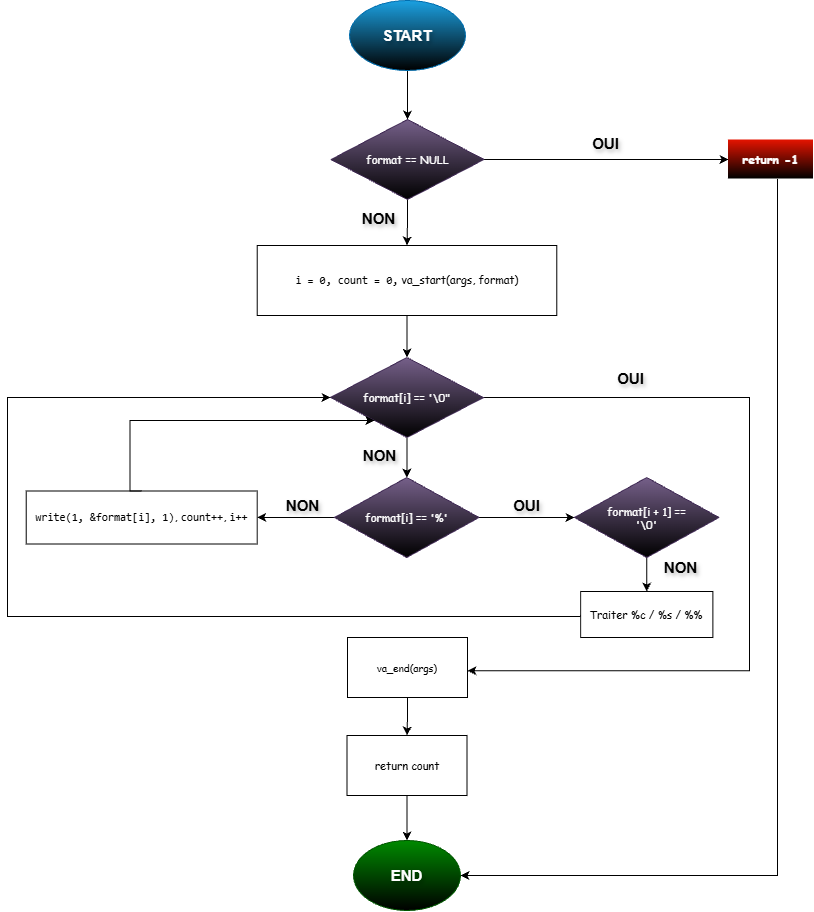
Earlier version of the draw.io export 1st_Flowcharts.drawio.png (AdPatresSs/holbertonschool-printf). Source tidied: cells renumbered, new cells last; positions are measured from the earlier drawing's top-left corner, leaving out a move shared by most shapes.
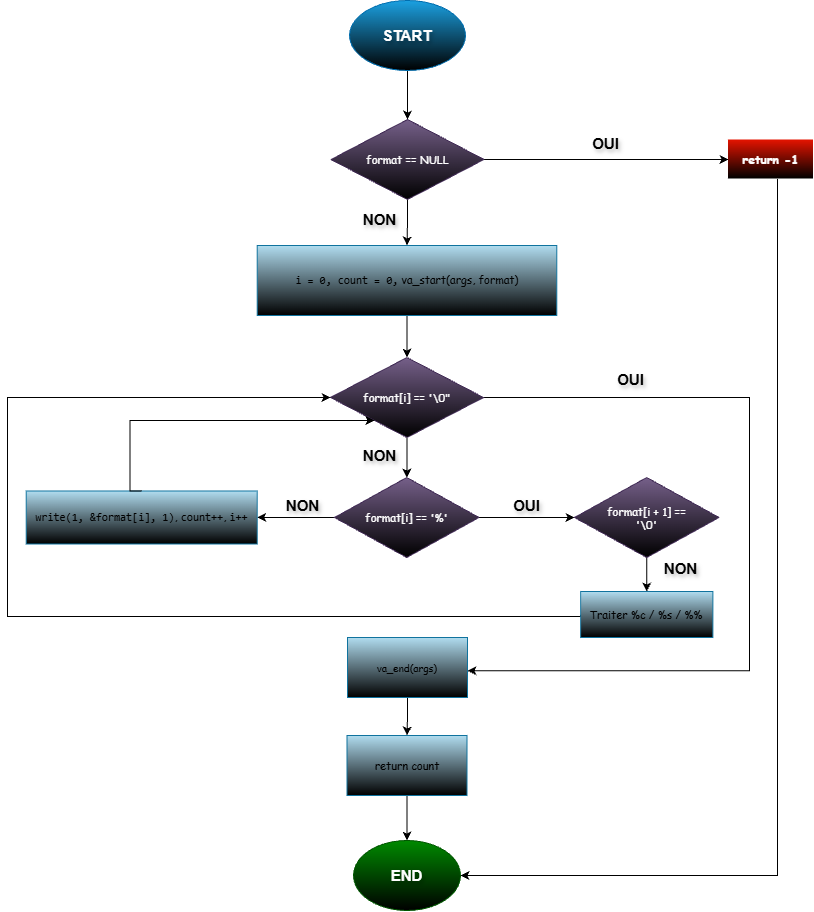
Above is the later version.

The edit, as a diff of the source:
```diff
@@ -43,7 +43,7 @@
     <mxCell id="12" style="edgeStyle=orthogonalEdgeStyle;rounded=0;jettySize=auto;html=1;defaultLabelBackgroundColor=page;labelPadding=0 4;fontSize=15;" parent="1" edge="1" source="13" target="24">
       <mxGeometry relative="1" as="geometry" />
     </mxCell>
-    <mxCell id="13" value="&lt;font&gt;&lt;code&gt;i = 0, count = 0,&lt;/code&gt;&amp;nbsp;&lt;/font&gt;&lt;span style=&quot;background-color: transparent; color: light-dark(#000000, var(--ge-light-color, #ffffff));&quot;&gt;va_start(args, format)&lt;/span&gt;" style="whiteSpace=wrap;html=1;fontSize=11;fontFamily=Comic Sans MS;" parent="1" vertex="1">
+    <mxCell id="13" value="&lt;font&gt;&lt;code&gt;i = 0, count = 0,&lt;/code&gt;&amp;nbsp;&lt;/font&gt;&lt;span style=&quot;background-color: transparent; color: light-dark(#000000, var(--ge-light-color, #ffffff));&quot;&gt;va_start(args, format)&lt;/span&gt;" style="whiteSpace=wrap;html=1;fontSize=11;fontFamily=Comic Sans MS;fillColor=light-dark(#B1DDF0,#1D184D);strokeColor=#10739e;gradientColor=light-dark(#000000,#66FFFF);" parent="1" vertex="1">
       <mxGeometry x="249.7" y="245" width="299.6" height="70" as="geometry" />
     </mxCell>
     <mxCell id="14" style="edgeStyle=orthogonalEdgeStyle;rounded=0;jettySize=auto;html=1;defaultLabelBackgroundColor=page;labelPadding=0 4;" parent="1" edge="1" source="16" target="29">
@@ -97,16 +97,16 @@
     <mxCell id="25" style="edgeStyle=orthogonalEdgeStyle;rounded=0;jettySize=auto;html=1;defaultLabelBackgroundColor=page;labelPadding=0 4;fontSize=15;" parent="1" edge="1" source="26" target="28">
       <mxGeometry relative="1" as="geometry" />
     </mxCell>
-    <mxCell id="26" value="&lt;font size=&quot;1&quot;&gt;va_end(args)&lt;/font&gt;" style="rounded=0;whiteSpace=wrap;html=1;fontSize=11;fontFamily=Comic Sans MS;" parent="1" vertex="1">
+    <mxCell id="26" value="&lt;font size=&quot;1&quot;&gt;va_end(args)&lt;/font&gt;" style="rounded=0;whiteSpace=wrap;html=1;fontSize=11;fontFamily=Comic Sans MS;fillColor=light-dark(#B1DDF0,#1D184D);strokeColor=#10739e;gradientColor=light-dark(#000000,#66FFFF);" parent="1" vertex="1">
       <mxGeometry x="340" y="637" width="120" height="60" as="geometry" />
     </mxCell>
     <mxCell id="27" style="edgeStyle=orthogonalEdgeStyle;rounded=0;jettySize=auto;html=1;defaultLabelBackgroundColor=page;labelPadding=0 4;fontSize=15;" parent="1" edge="1" source="28" target="11">
       <mxGeometry relative="1" as="geometry" />
     </mxCell>
-    <mxCell id="28" value="return count" style="rounded=0;whiteSpace=wrap;html=1;fontSize=11;fontFamily=Comic Sans MS;" parent="1" vertex="1">
+    <mxCell id="28" value="return count" style="rounded=0;whiteSpace=wrap;html=1;fontSize=11;fontFamily=Comic Sans MS;fillColor=light-dark(#B1DDF0,#1D184D);strokeColor=#10739e;gradientColor=light-dark(#000000,#66FFFF);" parent="1" vertex="1">
       <mxGeometry x="339.5" y="735" width="120" height="60" as="geometry" />
     </mxCell>
-    <mxCell id="29" value="&lt;font&gt;&lt;code style=&quot;&quot;&gt;write(1, &amp;amp;format[i], 1)&lt;/code&gt;, &lt;code style=&quot;&quot;&gt;count++&lt;/code&gt;, &lt;code style=&quot;&quot;&gt;i++&lt;/code&gt;&lt;/font&gt;" style="rounded=0;whiteSpace=wrap;html=1;fontSize=11;fontFamily=Comic Sans MS;" parent="1" vertex="1">
+    <mxCell id="29" value="&lt;font&gt;&lt;code style=&quot;&quot;&gt;write(1, &amp;amp;format[i], 1)&lt;/code&gt;, &lt;code style=&quot;&quot;&gt;count++&lt;/code&gt;, &lt;code style=&quot;&quot;&gt;i++&lt;/code&gt;&lt;/font&gt;" style="rounded=0;whiteSpace=wrap;html=1;fontSize=11;fontFamily=Comic Sans MS;fillColor=light-dark(#B1DDF0,#1D184D);strokeColor=#10739e;gradientColor=light-dark(#000000,#66FFFF);" parent="1" vertex="1">
       <mxGeometry x="18.7" y="490.5" width="231" height="53" as="geometry" />
     </mxCell>
     <mxCell id="30" style="edgeStyle=orthogonalEdgeStyle;rounded=0;jettySize=auto;html=1;exitX=0.5;exitY=0;exitDx=0;exitDy=0;defaultLabelBackgroundColor=page;labelPadding=0 4;" parent="1" edge="1" source="29" target="24">
@@ -131,7 +131,7 @@
         </Array>
       </mxGeometry>
     </mxCell>
-    <mxCell id="34" value="Traiter %c / %s / %%" style="whiteSpace=wrap;html=1;fontSize=11;fontFamily=Comic Sans MS;" parent="1" vertex="1">
+    <mxCell id="34" value="Traiter %c / %s / %%" style="whiteSpace=wrap;html=1;fontSize=11;fontFamily=Comic Sans MS;fillColor=light-dark(#B1DDF0,#1D184D);strokeColor=#10739e;gradientColor=light-dark(#000000,#66FFFF);" parent="1" vertex="1">
       <mxGeometry x="573.1" y="591" width="132.2" height="46" as="geometry" />
     </mxCell>
   </root>
```
